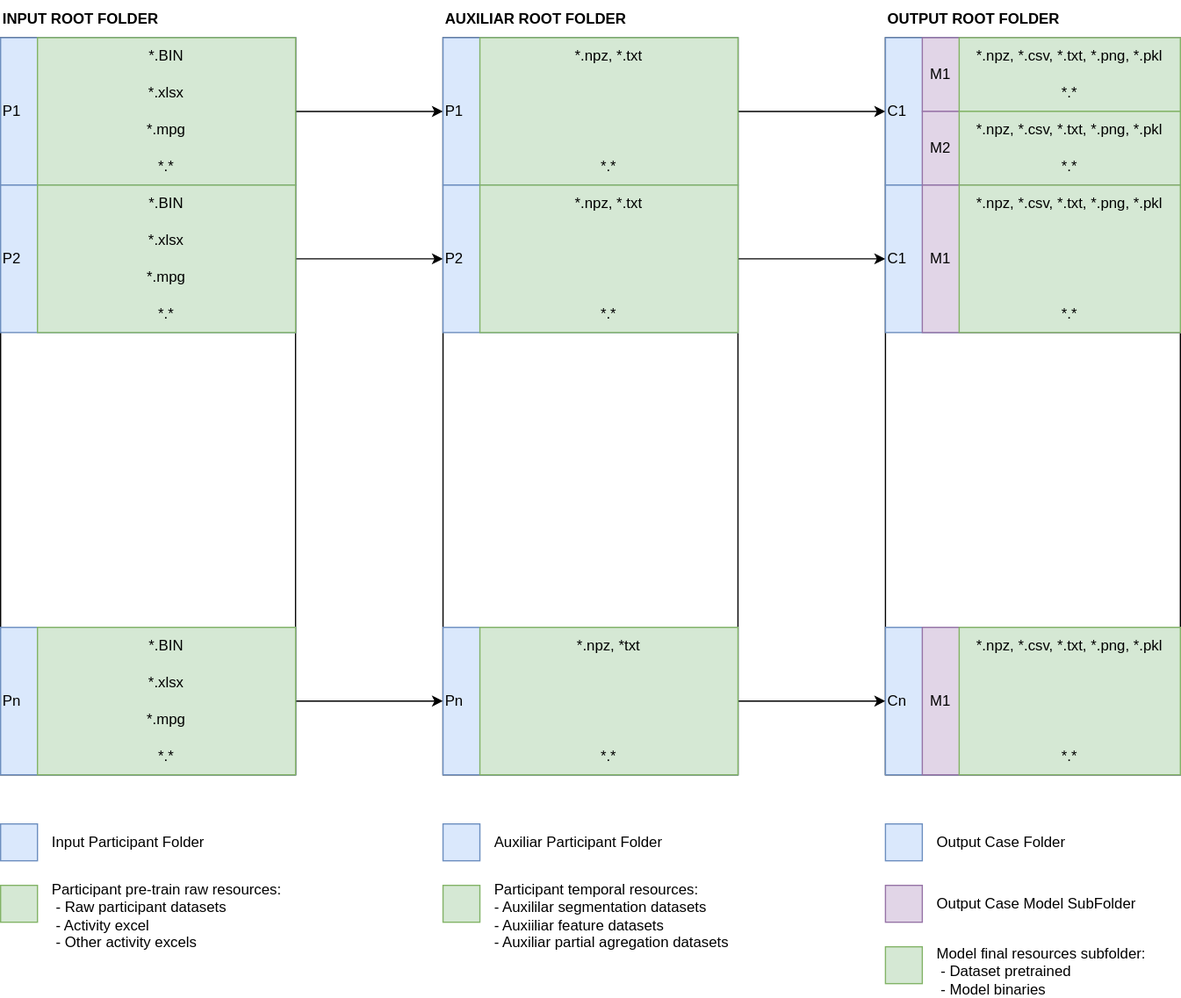
Earlier version of the draw.io export section3/assets/images/folder_architecture.svg (SiMuR-UO/uniovi-simur-wearablepermed-wiki). Source tidied: cells renumbered, new cells last; positions are measured from the earlier drawing's top-left corner, leaving out a move shared by most shapes.
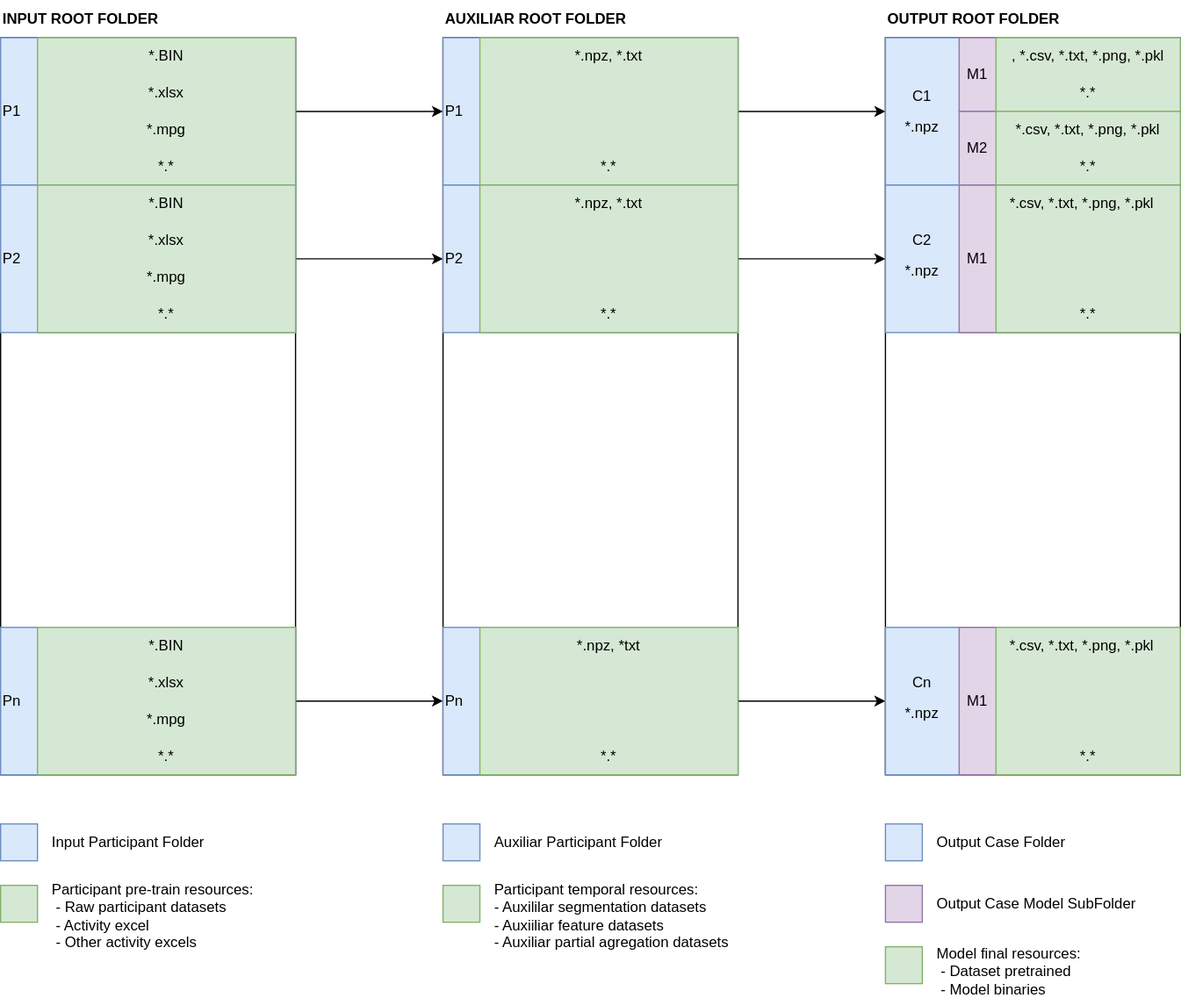
After the change.

The edit, as a diff of the source:
```diff
@@ -113,8 +113,10 @@
     <mxCell id="38" value="*.*" style="text;html=1;whiteSpace=wrap;strokeColor=none;fillColor=none;align=center;verticalAlign=middle;rounded=0;" parent="1" vertex="1">
       <mxGeometry x="390" y="240" width="210" height="30" as="geometry" />
     </mxCell>
-    <mxCell id="39" style="edgeStyle=orthogonalEdgeStyle;rounded=0;jettySize=auto;html=1;entryX=0;entryY=0.5;entryDx=0;entryDy=0;" parent="1" edge="1" source="40" target="61">
-      <mxGeometry relative="1" as="geometry" />
+    <mxCell id="39" style="edgeStyle=orthogonalEdgeStyle;rounded=0;jettySize=auto;html=1;entryX=0;entryY=0.5;entryDx=0;entryDy=0;" parent="1" edge="1" source="40">
+      <mxGeometry relative="1" as="geometry">
+        <mxPoint x="720" y="570" as="targetPoint" />
+      </mxGeometry>
     </mxCell>
     <mxCell id="40" value="Pn" style="rounded=0;whiteSpace=wrap;html=1;align=left;fillColor=#dae8fc;strokeColor=#6c8ebf;" parent="1" vertex="1">
       <mxGeometry x="360" y="510" width="240" height="120" as="geometry" />
@@ -128,75 +130,57 @@
     <mxCell id="43" value="*.*" style="text;html=1;whiteSpace=wrap;strokeColor=none;fillColor=none;align=center;verticalAlign=middle;rounded=0;" parent="1" vertex="1">
       <mxGeometry x="390" y="600" width="210" height="30" as="geometry" />
     </mxCell>
-    <mxCell id="44" value="C1" style="rounded=0;whiteSpace=wrap;html=1;align=left;fillColor=#dae8fc;strokeColor=#6c8ebf;" parent="1" vertex="1">
+    <mxCell id="44" style="rounded=0;whiteSpace=wrap;html=1;align=left;fillColor=#dae8fc;strokeColor=#6c8ebf;" parent="1" vertex="1">
       <mxGeometry x="720" y="30" width="240" height="120" as="geometry" />
     </mxCell>
     <mxCell id="45" style="rounded=0;whiteSpace=wrap;html=1;fillColor=#e1d5e7;strokeColor=#9673a6;" parent="1" vertex="1">
-      <mxGeometry x="750" y="30" width="210" height="60" as="geometry" />
+      <mxGeometry x="780" y="30" width="180" height="60" as="geometry" />
     </mxCell>
     <mxCell id="46" style="rounded=0;whiteSpace=wrap;html=1;fillColor=#e1d5e7;strokeColor=#9673a6;" parent="1" vertex="1">
-      <mxGeometry x="750" y="90" width="210" height="60" as="geometry" />
+      <mxGeometry x="780" y="90" width="180" height="60" as="geometry" />
     </mxCell>
     <mxCell id="47" style="rounded=0;whiteSpace=wrap;html=1;fillColor=#d5e8d4;strokeColor=#82b366;" parent="1" vertex="1">
-      <mxGeometry x="780" y="30" width="180" height="60" as="geometry" />
+      <mxGeometry x="810" y="30" width="150" height="60" as="geometry" />
     </mxCell>
-    <mxCell id="48" value="*.npz, *.csv, *.txt, *.png, *.pkl" style="text;html=1;whiteSpace=wrap;strokeColor=none;fillColor=none;align=center;verticalAlign=middle;rounded=0;" parent="1" vertex="1">
-      <mxGeometry x="780" y="30" width="180" height="30" as="geometry" />
+    <mxCell id="48" value=", *.csv, *.txt, *.png, *.pkl" style="text;html=1;whiteSpace=wrap;strokeColor=none;fillColor=none;align=center;verticalAlign=middle;rounded=0;" parent="1" vertex="1">
+      <mxGeometry x="810" y="30" width="150" height="30" as="geometry" />
     </mxCell>
     <mxCell id="49" style="rounded=0;whiteSpace=wrap;html=1;fillColor=#d5e8d4;strokeColor=#82b366;" parent="1" vertex="1">
-      <mxGeometry x="780" y="90" width="180" height="60" as="geometry" />
+      <mxGeometry x="810" y="90" width="150" height="60" as="geometry" />
     </mxCell>
     <mxCell id="50" value="*.*" style="text;html=1;whiteSpace=wrap;strokeColor=none;fillColor=none;align=center;verticalAlign=middle;rounded=0;" parent="1" vertex="1">
-      <mxGeometry x="780" y="60" width="180" height="30" as="geometry" />
+      <mxGeometry x="810" y="60" width="150" height="30" as="geometry" />
     </mxCell>
-    <mxCell id="51" value="*.npz, *.csv, *.txt, *.png, *.pkl" style="text;html=1;whiteSpace=wrap;strokeColor=none;fillColor=none;align=center;verticalAlign=middle;rounded=0;" parent="1" vertex="1">
-      <mxGeometry x="780" y="90" width="180" height="30" as="geometry" />
+    <mxCell id="51" value="*.csv, *.txt, *.png, *.pkl" style="text;html=1;whiteSpace=wrap;strokeColor=none;fillColor=none;align=center;verticalAlign=middle;rounded=0;" parent="1" vertex="1">
+      <mxGeometry x="810" y="90" width="150" height="30" as="geometry" />
     </mxCell>
     <mxCell id="52" value="*.*" style="text;html=1;whiteSpace=wrap;strokeColor=none;fillColor=none;align=center;verticalAlign=middle;rounded=0;" parent="1" vertex="1">
-      <mxGeometry x="780" y="120" width="180" height="30" as="geometry" />
+      <mxGeometry x="810" y="120" width="150" height="30" as="geometry" />
     </mxCell>
     <mxCell id="53" value="M1" style="text;html=1;whiteSpace=wrap;strokeColor=none;fillColor=none;align=center;verticalAlign=middle;rounded=0;" parent="1" vertex="1">
-      <mxGeometry x="750" y="45" width="30" height="30" as="geometry" />
+      <mxGeometry x="780" y="45" width="30" height="30" as="geometry" />
     </mxCell>
     <mxCell id="54" value="M2" style="text;html=1;whiteSpace=wrap;strokeColor=none;fillColor=none;align=center;verticalAlign=middle;rounded=0;" parent="1" vertex="1">
-      <mxGeometry x="750" y="105" width="30" height="30" as="geometry" />
+      <mxGeometry x="780" y="105" width="30" height="30" as="geometry" />
     </mxCell>
-    <mxCell id="55" value="C1" style="rounded=0;whiteSpace=wrap;html=1;align=left;fillColor=#dae8fc;strokeColor=#6c8ebf;" parent="1" vertex="1">
+    <mxCell id="55" style="rounded=0;whiteSpace=wrap;html=1;align=left;fillColor=#dae8fc;strokeColor=#6c8ebf;" parent="1" vertex="1">
       <mxGeometry x="720" y="150" width="240" height="120" as="geometry" />
     </mxCell>
     <mxCell id="56" style="rounded=0;whiteSpace=wrap;html=1;fillColor=#e1d5e7;strokeColor=#9673a6;" parent="1" vertex="1">
-      <mxGeometry x="750" y="150" width="210" height="120" as="geometry" />
+      <mxGeometry x="780" y="150" width="180" height="120" as="geometry" />
     </mxCell>
     <mxCell id="57" style="rounded=0;whiteSpace=wrap;html=1;fillColor=#d5e8d4;strokeColor=#82b366;" parent="1" vertex="1">
-      <mxGeometry x="780" y="150" width="180" height="120" as="geometry" />
+      <mxGeometry x="810" y="150" width="150" height="120" as="geometry" />
     </mxCell>
-    <mxCell id="58" value="*.npz, *.csv, *.txt, *.png, *.pkl" style="text;html=1;whiteSpace=wrap;strokeColor=none;fillColor=none;align=center;verticalAlign=middle;rounded=0;" parent="1" vertex="1">
-      <mxGeometry x="780" y="150" width="180" height="30" as="geometry" />
+    <mxCell id="58" value="*.csv, *.txt, *.png, *.pkl" style="text;html=1;whiteSpace=wrap;strokeColor=none;fillColor=none;align=center;verticalAlign=middle;rounded=0;" parent="1" vertex="1">
+      <mxGeometry x="810" y="150" width="140" height="30" as="geometry" />
     </mxCell>
     <mxCell id="59" value="*.*" style="text;html=1;whiteSpace=wrap;strokeColor=none;fillColor=none;align=center;verticalAlign=middle;rounded=0;" parent="1" vertex="1">
-      <mxGeometry x="780" y="240" width="180" height="30" as="geometry" />
+      <mxGeometry x="810" y="240" width="150" height="30" as="geometry" />
     </mxCell>
     <mxCell id="60" value="M1" style="text;html=1;whiteSpace=wrap;strokeColor=none;fillColor=none;align=center;verticalAlign=middle;rounded=0;" parent="1" vertex="1">
-      <mxGeometry x="750" y="195" width="30" height="30" as="geometry" />
+      <mxGeometry x="780" y="195" width="30" height="30" as="geometry" />
     </mxCell>
-    <mxCell id="61" value="Cn" style="rounded=0;whiteSpace=wrap;html=1;align=left;fillColor=#dae8fc;strokeColor=#6c8ebf;" parent="1" vertex="1">
-      <mxGeometry x="720" y="510" width="240" height="120" as="geometry" />
-    </mxCell>
-    <mxCell id="62" style="rounded=0;whiteSpace=wrap;html=1;fillColor=#e1d5e7;strokeColor=#9673a6;" parent="1" vertex="1">
-      <mxGeometry x="750" y="510" width="210" height="120" as="geometry" />
-    </mxCell>
-    <mxCell id="63" style="rounded=0;whiteSpace=wrap;html=1;fillColor=#d5e8d4;strokeColor=#82b366;" parent="1" vertex="1">
-      <mxGeometry x="780" y="510" width="180" height="120" as="geometry" />
-    </mxCell>
-    <mxCell id="64" value="*.npz, *.csv, *.txt, *.png, *.pkl" style="text;html=1;whiteSpace=wrap;strokeColor=none;fillColor=none;align=center;verticalAlign=middle;rounded=0;" parent="1" vertex="1">
-      <mxGeometry x="780" y="510" width="180" height="30" as="geometry" />
-    </mxCell>
-    <mxCell id="65" value="*.*" style="text;html=1;whiteSpace=wrap;strokeColor=none;fillColor=none;align=center;verticalAlign=middle;rounded=0;" parent="1" vertex="1">
-      <mxGeometry x="780" y="600" width="180" height="30" as="geometry" />
-    </mxCell>
-    <mxCell id="66" value="M1" style="text;html=1;whiteSpace=wrap;strokeColor=none;fillColor=none;align=center;verticalAlign=middle;rounded=0;" parent="1" vertex="1">
-      <mxGeometry x="750" y="555" width="30" height="30" as="geometry" />
-    </mxCell>
     <mxCell id="67" style="rounded=0;whiteSpace=wrap;html=1;fillColor=#dae8fc;strokeColor=#6c8ebf;" parent="1" vertex="1">
       <mxGeometry y="670" width="30" height="30" as="geometry" />
     </mxCell>
@@ -221,7 +205,7 @@
     <mxCell id="74" value="Input Participant Folder" style="text;html=1;whiteSpace=wrap;strokeColor=none;fillColor=none;align=left;verticalAlign=middle;rounded=0;" parent="1" vertex="1">
       <mxGeometry x="40" y="670" width="200" height="30" as="geometry" />
     </mxCell>
-    <mxCell id="75" value="Participant pre-train raw resources:&lt;br&gt;&amp;nbsp;- Raw participant datasets&lt;br&gt;&amp;nbsp;- Activity excel&lt;div&gt;&amp;nbsp;- Other activity excels&lt;/div&gt;" style="text;html=1;whiteSpace=wrap;strokeColor=none;fillColor=none;align=left;verticalAlign=middle;rounded=0;" parent="1" vertex="1">
+    <mxCell id="75" value="Participant pre-train resources:&lt;br&gt;&amp;nbsp;- Raw participant datasets&lt;br&gt;&amp;nbsp;- Activity excel&lt;div&gt;&amp;nbsp;- Other activity excels&lt;/div&gt;" style="text;html=1;whiteSpace=wrap;strokeColor=none;fillColor=none;align=left;verticalAlign=middle;rounded=0;" parent="1" vertex="1">
       <mxGeometry x="40" y="720" width="200" height="50" as="geometry" />
     </mxCell>
     <mxCell id="76" value="Auxiliar Participant Folder" style="text;html=1;whiteSpace=wrap;strokeColor=none;fillColor=none;align=left;verticalAlign=middle;rounded=0;" parent="1" vertex="1">
@@ -236,8 +220,44 @@
     <mxCell id="79" value="Output Case Model SubFolder" style="text;html=1;whiteSpace=wrap;strokeColor=none;fillColor=none;align=left;verticalAlign=middle;rounded=0;" parent="1" vertex="1">
       <mxGeometry x="760" y="720" width="200" height="30" as="geometry" />
     </mxCell>
-    <mxCell id="80" value="Model final resources subfolder:&lt;br&gt;&amp;nbsp;- Dataset pretrained&lt;br&gt;&amp;nbsp;- Model binaries" style="text;html=1;whiteSpace=wrap;strokeColor=none;fillColor=none;align=left;verticalAlign=middle;rounded=0;" parent="1" vertex="1">
+    <mxCell id="80" value="Model final resources:&lt;br&gt;&amp;nbsp;- Dataset pretrained&lt;br&gt;&amp;nbsp;- Model binaries" style="text;html=1;whiteSpace=wrap;strokeColor=none;fillColor=none;align=left;verticalAlign=middle;rounded=0;" parent="1" vertex="1">
       <mxGeometry x="760" y="770" width="200" height="40" as="geometry" />
     </mxCell>
+    <mxCell id="81" value="*.npz" style="text;html=1;whiteSpace=wrap;strokeColor=none;fillColor=none;align=center;verticalAlign=middle;rounded=0;" parent="1" vertex="1">
+      <mxGeometry x="720" y="87.5" width="60" height="30" as="geometry" />
+    </mxCell>
+    <mxCell id="82" value="C1" style="text;html=1;whiteSpace=wrap;strokeColor=none;fillColor=none;align=center;verticalAlign=middle;rounded=0;" parent="1" vertex="1">
+      <mxGeometry x="720" y="62.5" width="60" height="30" as="geometry" />
+    </mxCell>
+    <mxCell id="83" value="*.npz" style="text;html=1;whiteSpace=wrap;strokeColor=none;fillColor=none;align=center;verticalAlign=middle;rounded=0;" parent="1" vertex="1">
+      <mxGeometry x="720" y="205" width="60" height="30" as="geometry" />
+    </mxCell>
+    <mxCell id="84" value="C2" style="text;html=1;whiteSpace=wrap;strokeColor=none;fillColor=none;align=center;verticalAlign=middle;rounded=0;" parent="1" vertex="1">
+      <mxGeometry x="720" y="180" width="60" height="30" as="geometry" />
+    </mxCell>
+    <mxCell id="85" style="rounded=0;whiteSpace=wrap;html=1;align=left;fillColor=#dae8fc;strokeColor=#6c8ebf;" parent="1" vertex="1">
+      <mxGeometry x="720" y="510" width="240" height="120" as="geometry" />
+    </mxCell>
+    <mxCell id="86" style="rounded=0;whiteSpace=wrap;html=1;fillColor=#e1d5e7;strokeColor=#9673a6;" parent="1" vertex="1">
+      <mxGeometry x="780" y="510" width="180" height="120" as="geometry" />
+    </mxCell>
+    <mxCell id="87" style="rounded=0;whiteSpace=wrap;html=1;fillColor=#d5e8d4;strokeColor=#82b366;" parent="1" vertex="1">
+      <mxGeometry x="810" y="510" width="150" height="120" as="geometry" />
+    </mxCell>
+    <mxCell id="88" value="*.csv, *.txt, *.png, *.pkl" style="text;html=1;whiteSpace=wrap;strokeColor=none;fillColor=none;align=center;verticalAlign=middle;rounded=0;" parent="1" vertex="1">
+      <mxGeometry x="810" y="510" width="140" height="30" as="geometry" />
+    </mxCell>
+    <mxCell id="65" value="*.*" style="text;html=1;whiteSpace=wrap;strokeColor=none;fillColor=none;align=center;verticalAlign=middle;rounded=0;" parent="1" vertex="1">
+      <mxGeometry x="810" y="600" width="150" height="30" as="geometry" />
+    </mxCell>
+    <mxCell id="66" value="M1" style="text;html=1;whiteSpace=wrap;strokeColor=none;fillColor=none;align=center;verticalAlign=middle;rounded=0;" parent="1" vertex="1">
+      <mxGeometry x="780" y="555" width="30" height="30" as="geometry" />
+    </mxCell>
+    <mxCell id="89" value="*.npz" style="text;html=1;whiteSpace=wrap;strokeColor=none;fillColor=none;align=center;verticalAlign=middle;rounded=0;" parent="1" vertex="1">
+      <mxGeometry x="720" y="565" width="60" height="30" as="geometry" />
+    </mxCell>
+    <mxCell id="61" value="Cn" style="text;html=1;whiteSpace=wrap;strokeColor=none;fillColor=none;align=center;verticalAlign=middle;rounded=0;" parent="1" vertex="1">
+      <mxGeometry x="720" y="540" width="60" height="30" as="geometry" />
+    </mxCell>
   </root>
 </mxGraphModel>
```
